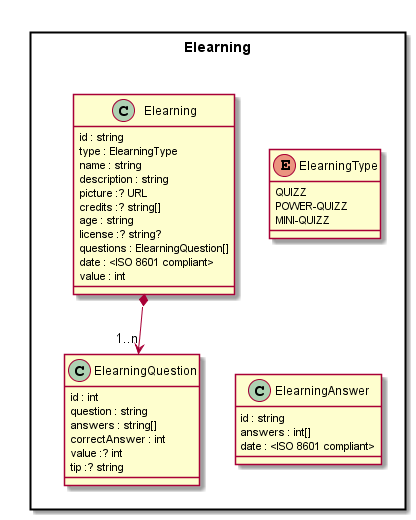
Earlier version of the PlantUML export datamodel/data-objects/elearning/Elearning-Data-Object-Model.png (reTHINK-project/specs).
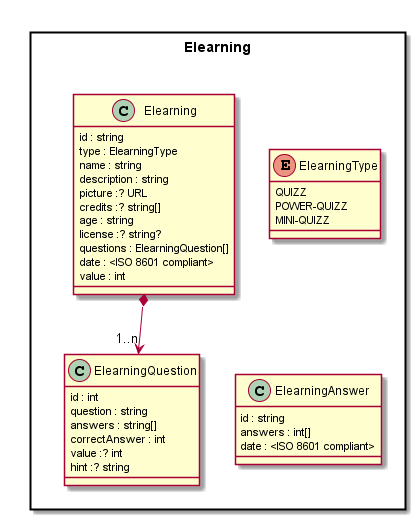
The same file after the commit.

Commit message:
elearning data model small fix

Diff of the diagram source:
```diff
@@ -28,7 +28,7 @@
 			answers : string[]
 			correctAnswer : int
 			value :? int
-			tip :? string
+			hint :? string
 	}
 
 	class ElearningAnswer {
```
